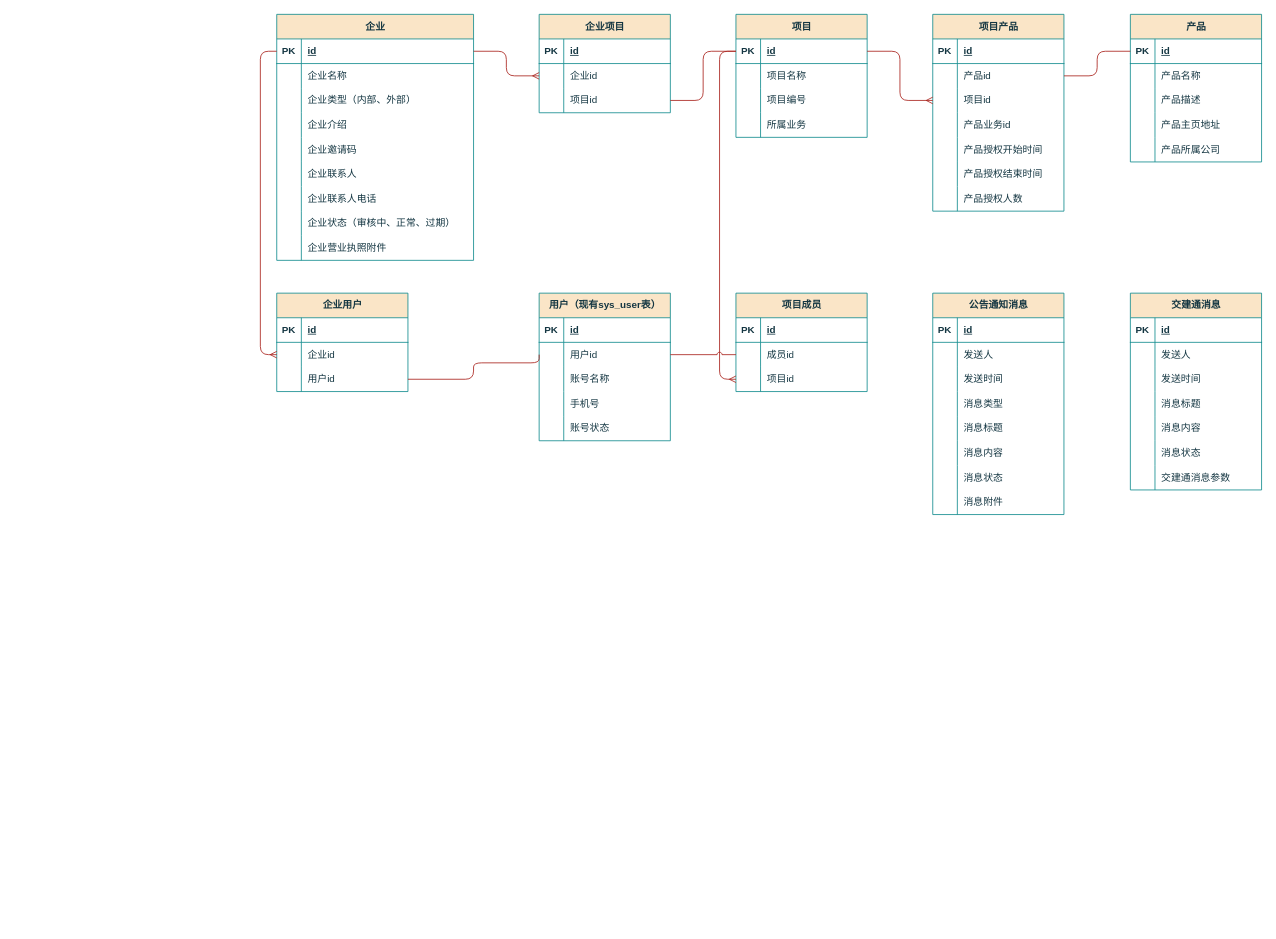
This is page "E-R图" (1 of 3) of others/产品中心.drawio from Qunz/drawio, a draw.io file, before an edit. Source tidied: cells renumbered, new cells numbered last; positions are measured from the earlier drawing's top-left corner, leaving out a move shared by most shapes. Both pictures are drawn from the tidied source at 82%, with x=0, y=0 at pixel (276, 14).
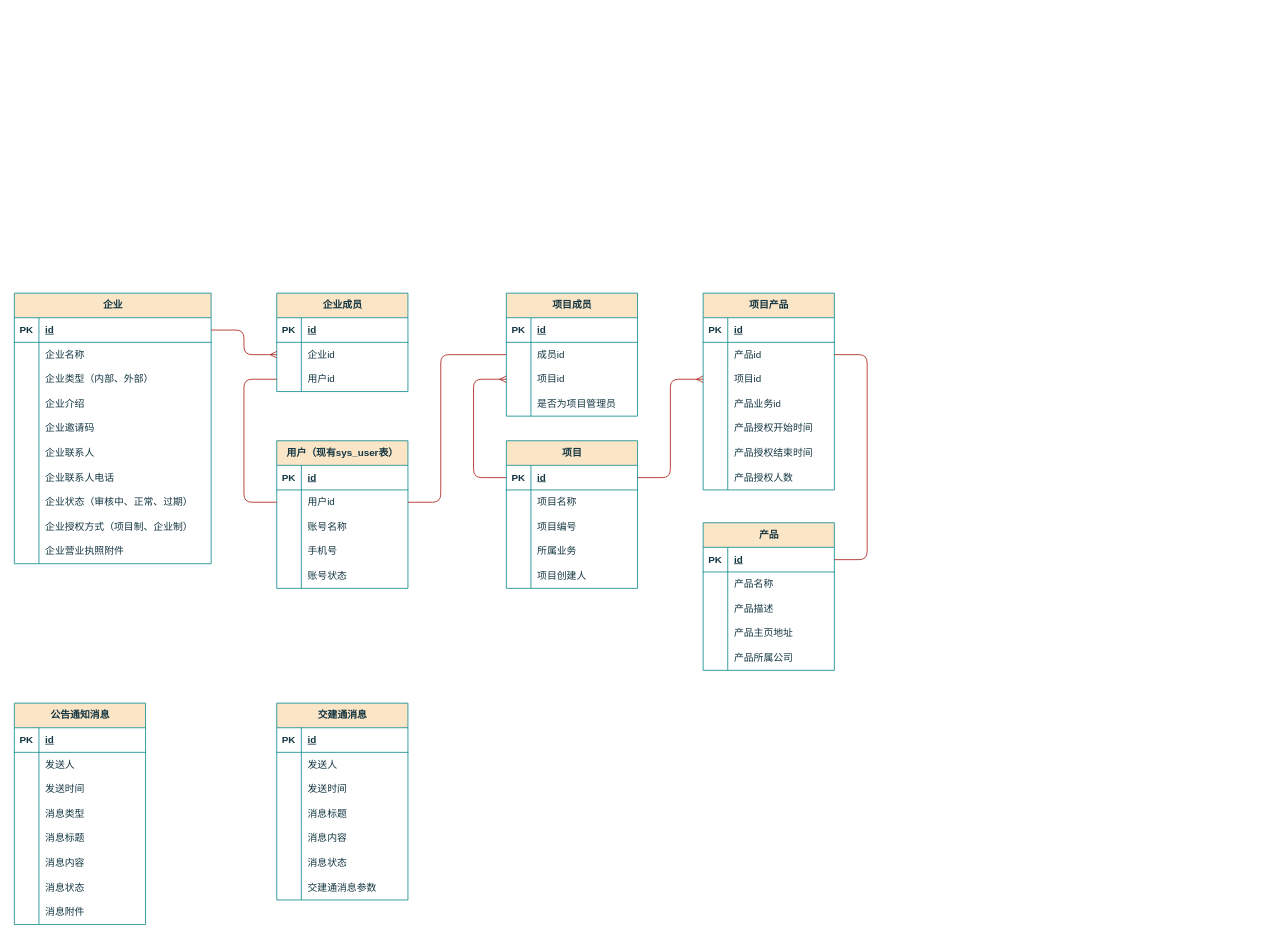
The same diagram, later.

Commit message (it also covers changes not shown here):
更新产品中心.drawio

The change refers to these unchanged cells:
```xml
<mxCell id="3" style="shape=tableRow;horizontal=0;startSize=0;swimlaneHead=0;swimlaneBody=0;fillColor=none;points=[[0,0.5],[1,0.5]];portConstraint=eastwest;top=0;left=0;right=0;bottom=1;labelBackgroundColor=none;strokeColor=#0F8B8D;fontColor=#143642;" parent="2" vertex="1">
  <mxGeometry y="30" width="240" height="30" as="geometry" />
</mxCell>
<mxCell id="31" style="shape=tableRow;horizontal=0;startSize=0;swimlaneHead=0;swimlaneBody=0;fillColor=none;points=[[0,0.5],[1,0.5]];portConstraint=eastwest;top=0;left=0;right=0;bottom=1;labelBackgroundColor=none;strokeColor=#0F8B8D;fontColor=#143642;" parent="30" vertex="1">
  <mxGeometry y="30" width="160" height="30" as="geometry" />
</mxCell>
<mxCell id="47" style="shape=tableRow;horizontal=0;startSize=0;swimlaneHead=0;swimlaneBody=0;fillColor=none;points=[[0,0.5],[1,0.5]];portConstraint=eastwest;top=0;left=0;right=0;bottom=0;labelBackgroundColor=none;strokeColor=#0F8B8D;fontColor=#143642;" parent="43" vertex="1">
  <mxGeometry y="60" width="160" height="30" as="geometry" />
</mxCell>
<mxCell id="50" style="shape=tableRow;horizontal=0;startSize=0;swimlaneHead=0;swimlaneBody=0;fillColor=none;points=[[0,0.5],[1,0.5]];portConstraint=eastwest;top=0;left=0;right=0;bottom=0;labelBackgroundColor=none;strokeColor=#0F8B8D;fontColor=#143642;" parent="43" vertex="1">
  <mxGeometry y="90" width="160" height="30" as="geometry" />
</mxCell>
<mxCell id="57" style="shape=tableRow;horizontal=0;startSize=0;swimlaneHead=0;swimlaneBody=0;fillColor=none;points=[[0,0.5],[1,0.5]];portConstraint=eastwest;top=0;left=0;right=0;bottom=0;labelBackgroundColor=none;strokeColor=#0F8B8D;fontColor=#143642;" parent="53" vertex="1">
  <mxGeometry y="60" width="160" height="30" as="geometry" />
</mxCell>
<mxCell id="60" style="shape=tableRow;horizontal=0;startSize=0;swimlaneHead=0;swimlaneBody=0;fillColor=none;points=[[0,0.5],[1,0.5]];portConstraint=eastwest;top=0;left=0;right=0;bottom=0;labelBackgroundColor=none;strokeColor=#0F8B8D;fontColor=#143642;" parent="53" vertex="1">
  <mxGeometry y="90" width="160" height="30" as="geometry" />
</mxCell>
<mxCell id="109" style="shape=tableRow;horizontal=0;startSize=0;swimlaneHead=0;swimlaneBody=0;fillColor=none;points=[[0,0.5],[1,0.5]];portConstraint=eastwest;top=0;left=0;right=0;bottom=0;labelBackgroundColor=none;strokeColor=#0F8B8D;fontColor=#143642;" parent="102" vertex="1">
  <mxGeometry y="90" width="160" height="30" as="geometry" />
</mxCell>
<mxCell id="126" style="shape=tableRow;horizontal=0;startSize=0;swimlaneHead=0;swimlaneBody=0;fillColor=none;points=[[0,0.5],[1,0.5]];portConstraint=eastwest;top=0;left=0;right=0;bottom=1;labelBackgroundColor=none;strokeColor=#0F8B8D;fontColor=#143642;" parent="125" vertex="1">
  <mxGeometry y="30" width="160" height="30" as="geometry" />
</mxCell>
<mxCell id="168" style="shape=tableRow;horizontal=0;startSize=0;swimlaneHead=0;swimlaneBody=0;fillColor=none;points=[[0,0.5],[1,0.5]];portConstraint=eastwest;top=0;left=0;right=0;bottom=0;labelBackgroundColor=none;strokeColor=#0F8B8D;fontColor=#143642;" parent="164" vertex="1">
  <mxGeometry y="60" width="160" height="30" as="geometry" />
</mxCell>
```

Diff of the diagram source:
```diff
@@
     <mxCell id="2" value="企业" style="shape=table;startSize=30;childLayout=tableLayout;rowLines=0;fontStyle=1;align=center;html=1;labelBackgroundColor=none;fillColor=#FAE5C7;strokeColor=#0F8B8D;fontColor=#143642;" parent="1" vertex="1">
-      <mxGeometry width="240" height="300" as="geometry" />
+      <mxGeometry x="-320" y="340" width="240" height="330" as="geometry" />
     </mxCell>
@@
+    <mxCell id="182" style="shape=tableRow;horizontal=0;startSize=0;swimlaneHead=0;swimlaneBody=0;fillColor=none;top=0;left=0;right=0;bottom=0;labelBackgroundColor=none;strokeColor=#0F8B8D;fontColor=#143642;" parent="2" vertex="1">
+      <mxGeometry y="270" width="240" height="30" as="geometry" />
+    </mxCell>
+    <mxCell id="183" style="shape=partialRectangle;fillColor=none;top=0;left=0;bottom=0;right=0;overflow=hidden;whiteSpace=wrap;html=1;labelBackgroundColor=none;strokeColor=#0F8B8D;fontColor=#143642;" parent="182" vertex="1">
+      <mxGeometry width="30" height="30" as="geometry" />
+    </mxCell>
+    <mxCell id="184" value="企业授权方式（项目制、企业制）" style="shape=partialRectangle;fillColor=none;top=0;left=0;bottom=0;right=0;align=left;spacingLeft=6;overflow=hidden;whiteSpace=wrap;html=1;labelBackgroundColor=none;strokeColor=#0F8B8D;fontColor=#143642;" parent="182" vertex="1">
+      <mxGeometry x="30" width="210" height="30" as="geometry" />
+    </mxCell>
     <mxCell id="27" style="shape=tableRow;horizontal=0;startSize=0;swimlaneHead=0;swimlaneBody=0;fillColor=none;top=0;left=0;right=0;bottom=0;labelBackgroundColor=none;strokeColor=#0F8B8D;fontColor=#143642;" parent="2" vertex="1">
-      <mxGeometry y="270" width="240" height="30" as="geometry" />
+      <mxGeometry y="300" width="240" height="30" as="geometry" />
     </mxCell>
@@
     <mxCell id="30" value="项目" style="shape=table;startSize=30;childLayout=tableLayout;rowLines=0;fontStyle=1;align=center;html=1;labelBackgroundColor=none;fillColor=#FAE5C7;strokeColor=#0F8B8D;fontColor=#143642;" parent="1" vertex="1">
-      <mxGeometry x="560" width="160" height="150" as="geometry" />
+      <mxGeometry x="280" y="520" width="160" height="180" as="geometry" />
     </mxCell>
@@
+    <mxCell id="185" style="shape=tableRow;horizontal=0;startSize=0;swimlaneHead=0;swimlaneBody=0;fillColor=none;top=0;left=0;right=0;bottom=0;labelBackgroundColor=none;strokeColor=#0F8B8D;fontColor=#143642;" parent="30" vertex="1">
+      <mxGeometry y="150" width="160" height="30" as="geometry" />
+    </mxCell>
+    <mxCell id="186" style="shape=partialRectangle;fillColor=none;top=0;left=0;bottom=0;right=0;overflow=hidden;whiteSpace=wrap;html=1;labelBackgroundColor=none;strokeColor=#0F8B8D;fontColor=#143642;" parent="185" vertex="1">
+      <mxGeometry width="30" height="30" as="geometry" />
+    </mxCell>
+    <mxCell id="187" value="项目创建人" style="shape=partialRectangle;fillColor=none;top=0;left=0;bottom=0;right=0;align=left;spacingLeft=6;overflow=hidden;whiteSpace=wrap;html=1;labelBackgroundColor=none;strokeColor=#0F8B8D;fontColor=#143642;" parent="185" vertex="1">
+      <mxGeometry x="30" width="130" height="30" as="geometry" />
+    </mxCell>
     <mxCell id="43" value="项目成员" style="shape=table;startSize=30;childLayout=tableLayout;rowLines=0;fontStyle=1;align=center;html=1;labelBackgroundColor=none;fillColor=#FAE5C7;strokeColor=#0F8B8D;fontColor=#143642;" parent="1" vertex="1">
-      <mxGeometry x="560" y="340" width="160" height="120" as="geometry" />
+      <mxGeometry x="280" y="340" width="160" height="150" as="geometry" />
     </mxCell>
@@
+    <mxCell id="188" style="shape=tableRow;horizontal=0;startSize=0;swimlaneHead=0;swimlaneBody=0;fillColor=none;top=0;left=0;right=0;bottom=0;labelBackgroundColor=none;strokeColor=#0F8B8D;fontColor=#143642;" parent="43" vertex="1">
+      <mxGeometry y="120" width="160" height="30" as="geometry" />
+    </mxCell>
+    <mxCell id="189" style="shape=partialRectangle;fillColor=none;top=0;left=0;bottom=0;right=0;overflow=hidden;whiteSpace=wrap;html=1;labelBackgroundColor=none;strokeColor=#0F8B8D;fontColor=#143642;" parent="188" vertex="1">
+      <mxGeometry width="30" height="30" as="geometry" />
+    </mxCell>
+    <mxCell id="190" value="是否为项目管理员" style="shape=partialRectangle;fillColor=none;top=0;left=0;bottom=0;right=0;align=left;spacingLeft=6;overflow=hidden;whiteSpace=wrap;html=1;labelBackgroundColor=none;strokeColor=#0F8B8D;fontColor=#143642;" parent="188" vertex="1">
+      <mxGeometry x="30" width="130" height="30" as="geometry" />
+    </mxCell>
     <mxCell id="53" value="项目产品" style="shape=table;startSize=30;childLayout=tableLayout;rowLines=0;fontStyle=1;align=center;html=1;labelBackgroundColor=none;fillColor=#FAE5C7;strokeColor=#0F8B8D;fontColor=#143642;" parent="1" vertex="1">
-      <mxGeometry x="800" width="160" height="240" as="geometry" />
+      <mxGeometry x="520" y="340" width="160" height="240" as="geometry" />
     </mxCell>
@@
     <mxCell id="75" value="公告通知消息" style="shape=table;startSize=30;childLayout=tableLayout;rowLines=0;fontStyle=1;align=center;html=1;labelBackgroundColor=none;fillColor=#FAE5C7;strokeColor=#0F8B8D;fontColor=#143642;" parent="1" vertex="1">
-      <mxGeometry x="800" y="340" width="160" height="270" as="geometry" />
+      <mxGeometry x="-320" y="840" width="160" height="270" as="geometry" />
     </mxCell>
@@
     <mxCell id="100" style="edgeStyle=orthogonalEdgeStyle;rounded=1;jettySize=auto;html=1;entryX=1;entryY=0.5;entryDx=0;entryDy=0;startArrow=ERmany;startFill=0;endArrow=none;endFill=0;elbow=vertical;curved=0;labelBackgroundColor=none;strokeColor=#A8201A;fontColor=default;" parent="1" edge="1" source="60" target="31">
-      <mxGeometry relative="1" as="geometry" />
+      <mxGeometry relative="1" as="geometry">
+        <Array as="points">
+          <mxPoint x="480" y="445" />
+          <mxPoint x="480" y="565" />
+        </Array>
+      </mxGeometry>
     </mxCell>
     <mxCell id="101" style="edgeStyle=orthogonalEdgeStyle;rounded=1;jettySize=auto;html=1;exitX=0;exitY=0.5;exitDx=0;exitDy=0;entryX=0;entryY=0.5;entryDx=0;entryDy=0;endArrow=ERmany;endFill=0;curved=0;labelBackgroundColor=none;strokeColor=#A8201A;fontColor=default;" parent="1" edge="1" source="31" target="50">
-      <mxGeometry relative="1" as="geometry" />
+      <mxGeometry relative="1" as="geometry">
+        <Array as="points">
+          <mxPoint x="240" y="565" />
+          <mxPoint x="240" y="445" />
+        </Array>
+      </mxGeometry>
     </mxCell>
-    <mxCell id="102" value="企业用户" style="shape=table;startSize=30;childLayout=tableLayout;rowLines=0;fontStyle=1;align=center;html=1;labelBackgroundColor=none;fillColor=#FAE5C7;strokeColor=#0F8B8D;fontColor=#143642;" parent="1" vertex="1">
+    <mxCell id="102" value="企业成员" style="shape=table;startSize=30;childLayout=tableLayout;rowLines=0;fontStyle=1;align=center;html=1;labelBackgroundColor=none;fillColor=#FAE5C7;strokeColor=#0F8B8D;fontColor=#143642;" parent="1" vertex="1">
       <mxGeometry y="340" width="160" height="120" as="geometry" />
     </mxCell>
@@
-    <mxCell id="112" value="企业项目" style="shape=table;startSize=30;childLayout=tableLayout;rowLines=0;fontStyle=1;align=center;html=1;labelBackgroundColor=none;fillColor=#FAE5C7;strokeColor=#0F8B8D;fontColor=#143642;" parent="1" vertex="1">
-      <mxGeometry x="320" width="160" height="120" as="geometry" />
-    </mxCell>
-    <mxCell id="113" style="shape=tableRow;horizontal=0;startSize=0;swimlaneHead=0;swimlaneBody=0;fillColor=none;top=0;left=0;right=0;bottom=1;labelBackgroundColor=none;strokeColor=#0F8B8D;fontColor=#143642;" parent="112" vertex="1">
-      <mxGeometry y="30" width="160" height="30" as="geometry" />
-    </mxCell>
-    <mxCell id="114" value="PK" style="shape=partialRectangle;fillColor=none;top=0;left=0;bottom=0;right=0;fontStyle=1;overflow=hidden;whiteSpace=wrap;html=1;labelBackgroundColor=none;strokeColor=#0F8B8D;fontColor=#143642;" parent="113" vertex="1">
-      <mxGeometry width="30" height="30" as="geometry" />
-    </mxCell>
-    <mxCell id="115" value="id" style="shape=partialRectangle;fillColor=none;top=0;left=0;bottom=0;right=0;align=left;spacingLeft=6;fontStyle=5;overflow=hidden;whiteSpace=wrap;html=1;labelBackgroundColor=none;strokeColor=#0F8B8D;fontColor=#143642;" parent="113" vertex="1">
-      <mxGeometry x="30" width="130" height="30" as="geometry" />
-    </mxCell>
-    <mxCell id="116" style="shape=tableRow;horizontal=0;startSize=0;swimlaneHead=0;swimlaneBody=0;fillColor=none;points=[[0,0.5],[1,0.5]];portConstraint=eastwest;top=0;left=0;right=0;bottom=0;labelBackgroundColor=none;strokeColor=#0F8B8D;fontColor=#143642;" parent="112" vertex="1">
-      <mxGeometry y="60" width="160" height="30" as="geometry" />
-    </mxCell>
-    <mxCell id="117" style="shape=partialRectangle;fillColor=none;top=0;left=0;bottom=0;right=0;overflow=hidden;whiteSpace=wrap;html=1;labelBackgroundColor=none;strokeColor=#0F8B8D;fontColor=#143642;" parent="116" vertex="1">
-      <mxGeometry width="30" height="30" as="geometry" />
-    </mxCell>
-    <mxCell id="118" value="企业id" style="shape=partialRectangle;fillColor=none;top=0;left=0;bottom=0;right=0;align=left;spacingLeft=6;overflow=hidden;whiteSpace=wrap;html=1;labelBackgroundColor=none;strokeColor=#0F8B8D;fontColor=#143642;" parent="116" vertex="1">
-      <mxGeometry x="30" width="130" height="30" as="geometry" />
-    </mxCell>
-    <mxCell id="119" style="shape=tableRow;horizontal=0;startSize=0;swimlaneHead=0;swimlaneBody=0;fillColor=none;points=[[0,0.5],[1,0.5]];portConstraint=eastwest;top=0;left=0;right=0;bottom=0;labelBackgroundColor=none;strokeColor=#0F8B8D;fontColor=#143642;" parent="112" vertex="1">
-      <mxGeometry y="90" width="160" height="30" as="geometry" />
-    </mxCell>
-    <mxCell id="120" style="shape=partialRectangle;fillColor=none;top=0;left=0;bottom=0;right=0;overflow=hidden;whiteSpace=wrap;html=1;labelBackgroundColor=none;strokeColor=#0F8B8D;fontColor=#143642;" parent="119" vertex="1">
-      <mxGeometry width="30" height="30" as="geometry" />
-    </mxCell>
-    <mxCell id="121" value="项目id" style="shape=partialRectangle;fillColor=none;top=0;left=0;bottom=0;right=0;align=left;spacingLeft=6;overflow=hidden;whiteSpace=wrap;html=1;labelBackgroundColor=none;strokeColor=#0F8B8D;fontColor=#143642;" parent="119" vertex="1">
-      <mxGeometry x="30" width="130" height="30" as="geometry" />
-    </mxCell>
-    <mxCell id="122" style="edgeStyle=orthogonalEdgeStyle;rounded=1;jettySize=auto;html=1;endArrow=ERmany;endFill=0;exitX=1;exitY=0.5;exitDx=0;exitDy=0;curved=0;labelBackgroundColor=none;strokeColor=#A8201A;fontColor=default;" parent="1" edge="1" source="3" target="116">
-      <mxGeometry relative="1" as="geometry" />
-    </mxCell>
-    <mxCell id="123" style="edgeStyle=orthogonalEdgeStyle;rounded=1;jettySize=auto;html=1;entryX=0;entryY=0.5;entryDx=0;entryDy=0;endArrow=none;endFill=0;curved=0;jumpStyle=arc;labelBackgroundColor=none;strokeColor=#A8201A;fontColor=default;" parent="1" edge="1" source="119" target="31">
-      <mxGeometry relative="1" as="geometry" />
-    </mxCell>
@@
     <mxCell id="125" value="产品" style="shape=table;startSize=30;childLayout=tableLayout;rowLines=0;fontStyle=1;align=center;html=1;labelBackgroundColor=none;fillColor=#FAE5C7;strokeColor=#0F8B8D;fontColor=#143642;" parent="1" vertex="1">
-      <mxGeometry x="1041" width="160" height="180" as="geometry" />
+      <mxGeometry x="520" y="620" width="160" height="180" as="geometry" />
     </mxCell>
@@
-    <mxCell id="141" style="edgeStyle=orthogonalEdgeStyle;rounded=1;jettySize=auto;html=1;endArrow=none;endFill=0;curved=0;labelBackgroundColor=none;strokeColor=#A8201A;fontColor=default;" parent="1" edge="1" source="57" target="126">
-      <mxGeometry relative="1" as="geometry" />
+    <mxCell id="141" style="edgeStyle=orthogonalEdgeStyle;rounded=1;jettySize=auto;html=1;endArrow=none;endFill=0;curved=0;labelBackgroundColor=none;strokeColor=#A8201A;fontColor=default;exitX=1;exitY=0.5;exitDx=0;exitDy=0;entryX=1;entryY=0.5;entryDx=0;entryDy=0;" parent="1" edge="1" source="57" target="126">
+      <mxGeometry relative="1" as="geometry">
+        <Array as="points">
+          <mxPoint x="720" y="415" />
+          <mxPoint x="720" y="665" />
+        </Array>
+      </mxGeometry>
     </mxCell>
     <mxCell id="142" value="交建通消息" style="shape=table;startSize=30;childLayout=tableLayout;rowLines=0;fontStyle=1;align=center;html=1;labelBackgroundColor=none;fillColor=#FAE5C7;strokeColor=#0F8B8D;fontColor=#143642;" parent="1" vertex="1">
-      <mxGeometry x="1041" y="340" width="160" height="240" as="geometry" />
+      <mxGeometry y="840" width="160" height="240" as="geometry" />
     </mxCell>
@@
     <mxCell id="164" value="用户（现有sys_user表）" style="shape=table;startSize=30;childLayout=tableLayout;rowLines=0;fontStyle=1;align=center;html=1;labelBackgroundColor=none;fillColor=#FAE5C7;strokeColor=#0F8B8D;fontColor=#143642;" parent="1" vertex="1">
-      <mxGeometry x="320" y="340" width="160" height="180" as="geometry" />
+      <mxGeometry y="520" width="160" height="180" as="geometry" />
     </mxCell>
@@
+    <mxCell id="181" style="edgeStyle=orthogonalEdgeStyle;rounded=1;jettySize=auto;html=1;entryX=1;entryY=0.5;entryDx=0;entryDy=0;endArrow=none;endFill=0;jumpStyle=arc;labelBackgroundColor=none;strokeColor=#A8201A;fontColor=default;curved=0;" parent="1" edge="1" source="47" target="168">
+      <mxGeometry relative="1" as="geometry">
+        <Array as="points">
+          <mxPoint x="200" y="415" />
+          <mxPoint x="200" y="595" />
+        </Array>
+      </mxGeometry>
+    </mxCell>
-    <mxCell id="180" style="edgeStyle=orthogonalEdgeStyle;rounded=1;jettySize=auto;html=1;endArrow=none;endFill=0;curved=0;strokeColor=#A8201A;entryX=0;entryY=0.5;entryDx=0;entryDy=0;labelBackgroundColor=none;fontColor=default;" parent="1" edge="1" source="109" target="168">
+    <mxCell id="180" style="edgeStyle=orthogonalEdgeStyle;rounded=1;jettySize=auto;html=1;exitX=0;exitY=0.5;exitDx=0;exitDy=0;strokeColor=#A8201A;fontColor=#143642;fillColor=#FAE5C7;curved=0;endArrow=none;endFill=0;entryX=0;entryY=0.5;entryDx=0;entryDy=0;" parent="1" edge="1" source="109" target="168">
       <mxGeometry relative="1" as="geometry">
         <Array as="points">
-          <mxPoint x="240" y="445" />
-          <mxPoint x="240" y="425" />
+          <mxPoint x="-40" y="445" />
+          <mxPoint x="-40" y="595" />
         </Array>
       </mxGeometry>
     </mxCell>
-    <mxCell id="181" style="edgeStyle=orthogonalEdgeStyle;rounded=0;jettySize=auto;html=1;entryX=1;entryY=0.5;entryDx=0;entryDy=0;endArrow=none;endFill=0;jumpStyle=arc;labelBackgroundColor=none;strokeColor=#A8201A;fontColor=default;" parent="1" edge="1" source="47" target="168">
-      <mxGeometry relative="1" as="geometry" />
-    </mxCell>
```
